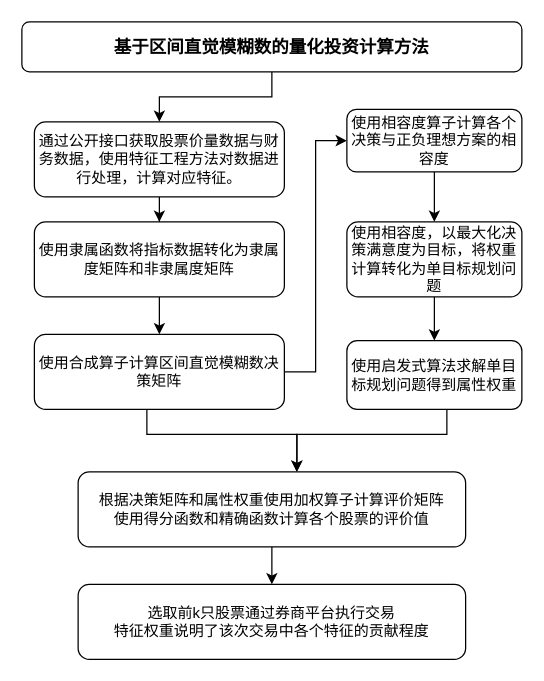
The draw.io diagram zl1.drawio in wwm-yingz/DrawPic, before the edit. Source tidied: cells renumbered, new cells numbered last; positions are measured from the earlier drawing's top-left corner, leaving out a move shared by most shapes. Both pictures are drawn from the tidied source at 125%, with x=0, y=0 at pixel (21, 21).
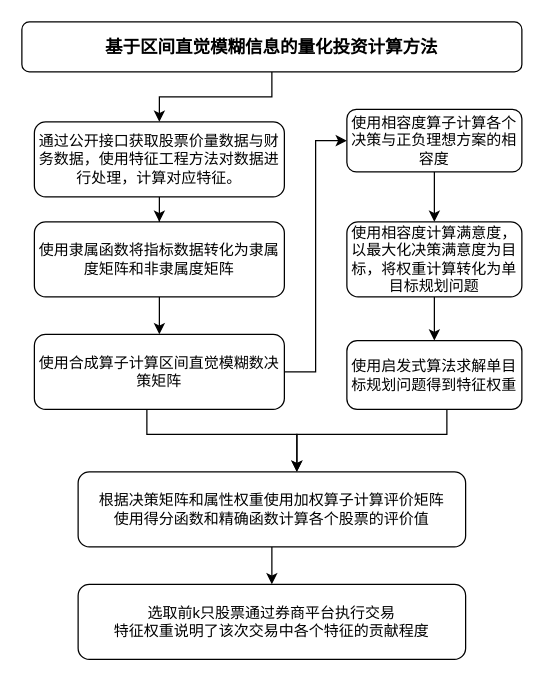
The same page after the edit.

What changed in the source:
```diff
@@
-    <mxCell id="3" value="&lt;b&gt;&lt;font style=&quot;font-size: 14px&quot;&gt;基于区间直觉模糊数的量化投资计算方法&lt;/font&gt;&lt;/b&gt;" style="rounded=1;whiteSpace=wrap;html=1;fontSize=12;glass=0;strokeWidth=1;shadow=0;" parent="1" vertex="1">
+    <mxCell id="3" value="&lt;b&gt;&lt;font style=&quot;font-size: 14px&quot;&gt;基于区间直觉模糊信息的量化投资计算方法&lt;/font&gt;&lt;/b&gt;" style="rounded=1;whiteSpace=wrap;html=1;fontSize=12;glass=0;strokeWidth=1;shadow=0;" parent="1" vertex="1">
       <mxGeometry width="400" height="40" as="geometry" />
     </mxCell>
@@
-    <mxCell id="12" value="使用启发式算法求解单目标规划问题得到属性权重" style="rounded=1;whiteSpace=wrap;html=1;" parent="1" vertex="1">
+    <mxCell id="12" value="使用启发式算法求解单目标规划问题得到特征权重" style="rounded=1;whiteSpace=wrap;html=1;" parent="1" vertex="1">
       <mxGeometry x="260" y="255" width="140" height="55" as="geometry" />
     </mxCell>
@@
-    <mxCell id="16" value="使用相容度，以最大化决策满意度为目标，将权重计算转化为单目标规划问题" style="rounded=1;whiteSpace=wrap;html=1;" parent="1" vertex="1">
+    <mxCell id="16" value="使用相容度计算满意度，以最大化决策满意度为目标，将权重计算转化为单目标规划问题" style="rounded=1;whiteSpace=wrap;html=1;" parent="1" vertex="1">
       <mxGeometry x="260" y="160" width="140" height="60" as="geometry" />
     </mxCell>
```
